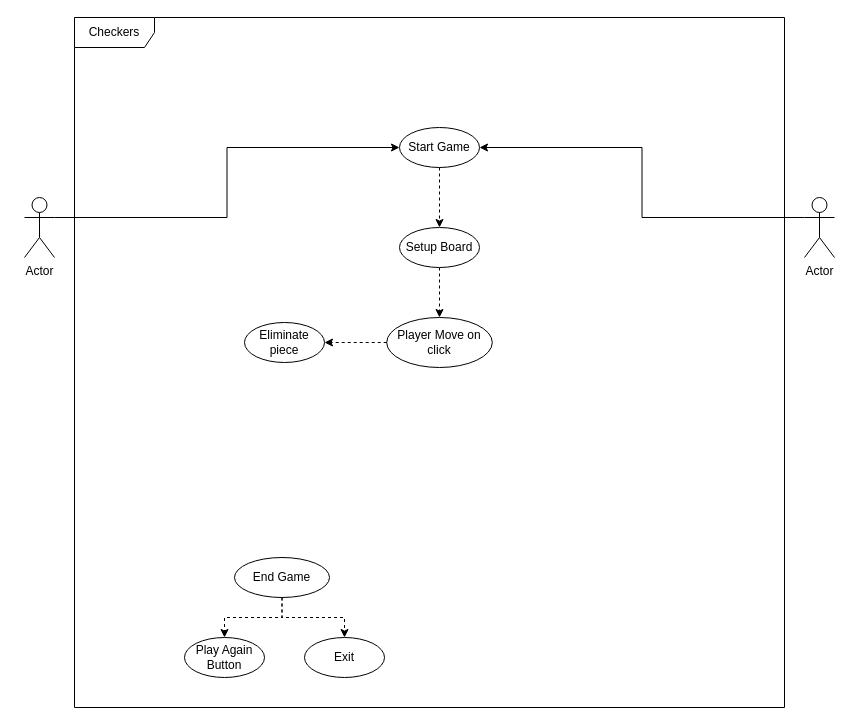
aeMyst/Minigame-Portal keeps this draw.io diagram as use case diagrams/use_case_diagram_checkers.drawio. Above is the earlier version. Source tidied: cells renumbered, new cells numbered last; positions are measured from the earlier drawing's top-left corner, leaving out a move shared by most shapes. Both pictures are drawn from the tidied source at 100%, with x=0, y=0 at pixel (24, 17).
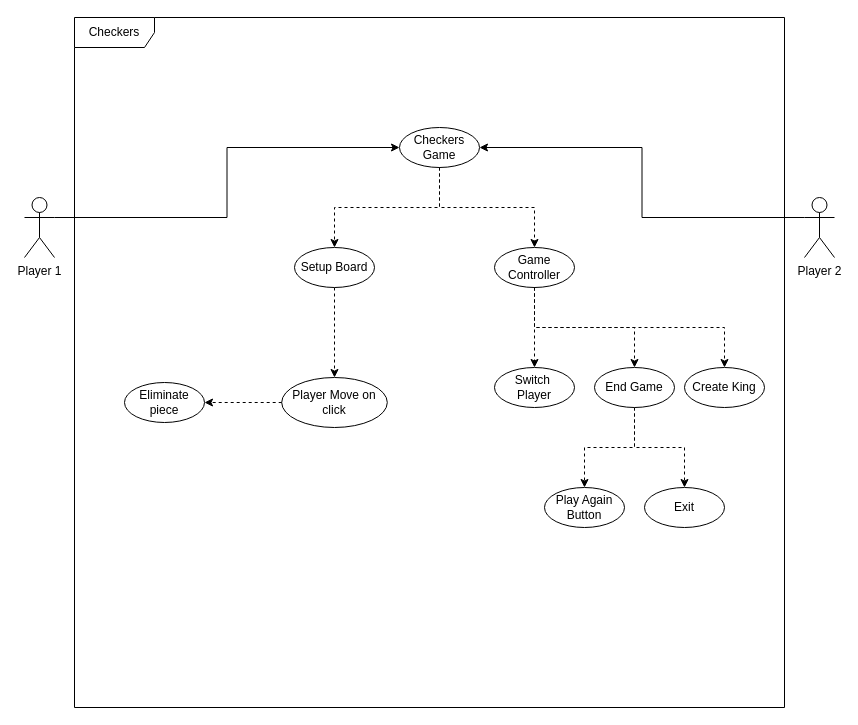
The same diagram, later.

Commit message (it also covers changes not shown here):
use case diagram and descriptions for checkers

Change to the diagram source:
```diff
@@
-    <mxCell id="3" style="edgeStyle=orthogonalEdgeStyle;rounded=0;jettySize=auto;html=1;exitX=1;exitY=0.3333333333333333;exitDx=0;exitDy=0;exitPerimeter=0;entryX=0;entryY=0.5;entryDx=0;entryDy=0;" parent="1" edge="1" source="4" target="7">
-      <mxGeometry relative="1" as="geometry" />
-    </mxCell>
-    <mxCell id="4" value="Actor" style="shape=umlActor;verticalLabelPosition=bottom;verticalAlign=top;html=1;" parent="1" vertex="1">
-      <mxGeometry y="180" width="30" height="60" as="geometry" />
-    </mxCell>
-    <mxCell id="5" style="edgeStyle=orthogonalEdgeStyle;rounded=0;jettySize=auto;html=1;exitX=0;exitY=0.3333333333333333;exitDx=0;exitDy=0;exitPerimeter=0;entryX=1;entryY=0.5;entryDx=0;entryDy=0;" parent="1" edge="1" source="6" target="7">
-      <mxGeometry relative="1" as="geometry" />
-    </mxCell>
-    <mxCell id="6" value="Actor" style="shape=umlActor;verticalLabelPosition=bottom;verticalAlign=top;html=1;" parent="1" vertex="1">
-      <mxGeometry x="780" y="180" width="30" height="60" as="geometry" />
-    </mxCell>
-    <mxCell id="7" value="Start Game" style="ellipse;whiteSpace=wrap;html=1;" parent="1" vertex="1">
-      <mxGeometry x="375" y="110" width="80" height="40" as="geometry" />
-    </mxCell>
+    <mxCell id="19" style="edgeStyle=orthogonalEdgeStyle;rounded=0;jettySize=auto;html=1;exitX=1;exitY=0.3333333333333333;exitDx=0;exitDy=0;exitPerimeter=0;entryX=0;entryY=0.5;entryDx=0;entryDy=0;" parent="1" edge="1" source="20" target="23">
+      <mxGeometry relative="1" as="geometry" />
+    </mxCell>
+    <mxCell id="20" value="Player 1&lt;div&gt;&lt;br&gt;&lt;/div&gt;" style="shape=umlActor;verticalLabelPosition=bottom;verticalAlign=top;html=1;" parent="1" vertex="1">
+      <mxGeometry y="180" width="30" height="60" as="geometry" />
+    </mxCell>
+    <mxCell id="21" style="edgeStyle=orthogonalEdgeStyle;rounded=0;jettySize=auto;html=1;exitX=0;exitY=0.3333333333333333;exitDx=0;exitDy=0;exitPerimeter=0;entryX=1;entryY=0.5;entryDx=0;entryDy=0;" parent="1" edge="1" source="22" target="23">
+      <mxGeometry relative="1" as="geometry" />
+    </mxCell>
+    <mxCell id="22" value="Player 2" style="shape=umlActor;verticalLabelPosition=bottom;verticalAlign=top;html=1;" parent="1" vertex="1">
+      <mxGeometry x="780" y="180" width="30" height="60" as="geometry" />
+    </mxCell>
+    <mxCell id="23" value="Checkers Game" style="ellipse;whiteSpace=wrap;html=1;" parent="1" vertex="1">
+      <mxGeometry x="375" y="110" width="80" height="40" as="geometry" />
+    </mxCell>
@@
     <mxCell id="9" value="Setup Board" style="ellipse;whiteSpace=wrap;html=1;" parent="1" vertex="1">
-      <mxGeometry x="375" y="210" width="80" height="40" as="geometry" />
+      <mxGeometry x="270" y="230" width="80" height="40" as="geometry" />
     </mxCell>
     <mxCell id="10" value="Player Move on click" style="ellipse;whiteSpace=wrap;html=1;" parent="1" vertex="1">
-      <mxGeometry x="362.2" y="300" width="105.6" height="50" as="geometry" />
+      <mxGeometry x="257.2" y="360" width="105.6" height="50" as="geometry" />
     </mxCell>
-    <mxCell id="11" style="edgeStyle=orthogonalEdgeStyle;rounded=0;jettySize=auto;html=1;exitX=0.5;exitY=1;exitDx=0;exitDy=0;dashed=1;" parent="1" edge="1" source="7">
-      <mxGeometry relative="1" as="geometry">
-        <mxPoint x="415" y="210" as="targetPoint" />
-      </mxGeometry>
-    </mxCell>
+    <mxCell id="24" style="edgeStyle=orthogonalEdgeStyle;rounded=0;jettySize=auto;html=1;exitX=0.5;exitY=1;exitDx=0;exitDy=0;dashed=1;" parent="1" edge="1" source="23" target="9">
+      <mxGeometry relative="1" as="geometry" />
+    </mxCell>
     <mxCell id="12" value="Eliminate piece" style="ellipse;whiteSpace=wrap;html=1;" parent="1" vertex="1">
-      <mxGeometry x="220" y="305" width="80" height="40" as="geometry" />
+      <mxGeometry x="100" y="365" width="80" height="40" as="geometry" />
     </mxCell>
@@
     <mxCell id="16" value="End Game" style="ellipse;whiteSpace=wrap;html=1;" parent="1" vertex="1">
-      <mxGeometry x="210" y="540" width="95" height="40" as="geometry" />
+      <mxGeometry x="570" y="350" width="80" height="40" as="geometry" />
     </mxCell>
     <mxCell id="17" value="Play Again Button" style="ellipse;whiteSpace=wrap;html=1;" parent="1" vertex="1">
-      <mxGeometry x="160" y="620" width="80" height="40" as="geometry" />
+      <mxGeometry x="520" y="470" width="80" height="40" as="geometry" />
     </mxCell>
     <mxCell id="18" value="Exit" style="ellipse;whiteSpace=wrap;html=1;" parent="1" vertex="1">
-      <mxGeometry x="280" y="620" width="80" height="40" as="geometry" />
+      <mxGeometry x="620" y="470" width="80" height="40" as="geometry" />
     </mxCell>
+    <mxCell id="25" value="Game Controller" style="ellipse;whiteSpace=wrap;html=1;" parent="1" vertex="1">
+      <mxGeometry x="470" y="230" width="80" height="40" as="geometry" />
+    </mxCell>
+    <mxCell id="26" style="edgeStyle=orthogonalEdgeStyle;rounded=0;jettySize=auto;html=1;exitX=0.5;exitY=1;exitDx=0;exitDy=0;dashed=1;entryX=0.5;entryY=0;entryDx=0;entryDy=0;" parent="1" edge="1" source="23" target="25">
+      <mxGeometry relative="1" as="geometry" />
+    </mxCell>
+    <mxCell id="27" style="edgeStyle=orthogonalEdgeStyle;rounded=0;jettySize=auto;html=1;exitX=0.5;exitY=1;exitDx=0;exitDy=0;entryX=0.5;entryY=0;entryDx=0;entryDy=0;dashed=1;" parent="1" edge="1" source="25" target="16">
+      <mxGeometry relative="1" as="geometry" />
+    </mxCell>
+    <mxCell id="28" value="Switch&amp;nbsp;&lt;div&gt;Pl&lt;span style=&quot;background-color: initial;&quot;&gt;ayer&lt;/span&gt;&lt;/div&gt;" style="ellipse;whiteSpace=wrap;html=1;" parent="1" vertex="1">
+      <mxGeometry x="470" y="350" width="80" height="40" as="geometry" />
+    </mxCell>
+    <mxCell id="29" style="edgeStyle=orthogonalEdgeStyle;rounded=0;jettySize=auto;html=1;exitX=0.5;exitY=1;exitDx=0;exitDy=0;entryX=0.5;entryY=0;entryDx=0;entryDy=0;dashed=1;" parent="1" edge="1" source="25" target="28">
+      <mxGeometry relative="1" as="geometry" />
+    </mxCell>
+    <mxCell id="30" value="Create King" style="ellipse;whiteSpace=wrap;html=1;" parent="1" vertex="1">
+      <mxGeometry x="660" y="350" width="80" height="40" as="geometry" />
+    </mxCell>
+    <mxCell id="31" style="edgeStyle=orthogonalEdgeStyle;rounded=0;jettySize=auto;html=1;exitX=0.5;exitY=1;exitDx=0;exitDy=0;entryX=0.5;entryY=0;entryDx=0;entryDy=0;dashed=1;" parent="1" edge="1" source="25" target="30">
+      <mxGeometry relative="1" as="geometry" />
+    </mxCell>
```
